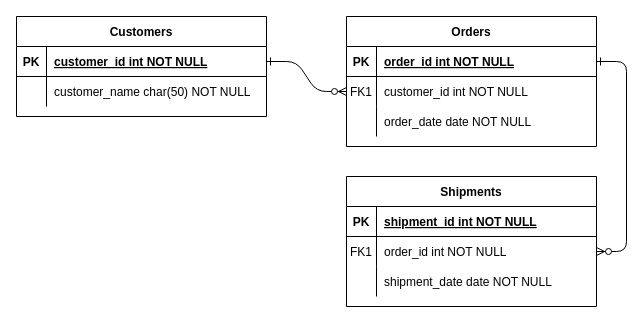
This is Untitled Diagram.drawio from Shrey-2019/ER-Diagrams, a draw.io file, before an edit. Source tidied: cells renumbered, new cells numbered last; positions are measured from the earlier drawing's top-left corner, leaving out a move shared by most shapes. Both pictures are drawn from the tidied source at 100%, with x=0, y=0 at pixel (16, 16).
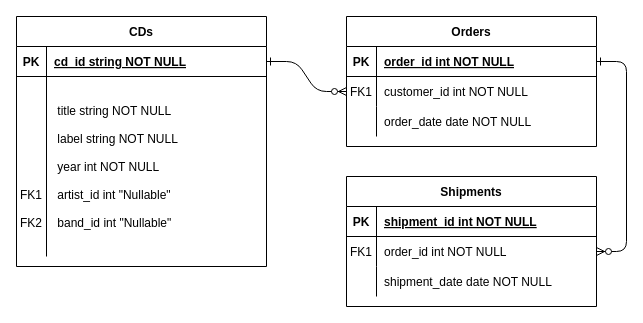
The same page after the edit.

Unchanged cells that the change refers to:
```xml
<mxCell id="25" style="shape=partialRectangle;fillColor=none;points=[[0,0.5],[1,0.5]];portConstraint=eastwest;top=0;left=0;right=0;bottom=1;" parent="24" vertex="1">
  <mxGeometry y="30" width="250" height="30" as="geometry" />
</mxCell>
```

What changed in the source:
```diff
@@
-    <mxCell id="24" value="Customers" style="shape=table;startSize=30;childLayout=tableLayout;rowLines=0;fontStyle=1;align=center;" parent="1" vertex="1">
-      <mxGeometry width="250" height="100" as="geometry" />
+    <mxCell id="24" value="CDs" style="shape=table;startSize=30;childLayout=tableLayout;rowLines=0;fontStyle=1;align=center;" parent="1" vertex="1">
+      <mxGeometry width="250" height="250" as="geometry" />
     </mxCell>
@@
-    <mxCell id="27" value="customer_id int NOT NULL " style="shape=partialRectangle;overflow=hidden;fillColor=none;top=0;left=0;bottom=0;right=0;align=left;spacingLeft=6;fontStyle=5;" parent="25" vertex="1">
+    <mxCell id="27" value="cd_id string NOT NULL " style="shape=partialRectangle;overflow=hidden;fillColor=none;top=0;left=0;bottom=0;right=0;align=left;spacingLeft=6;fontStyle=5;" parent="25" vertex="1">
       <mxGeometry x="30" width="220" height="30" as="geometry" />
     </mxCell>
     <mxCell id="28" style="shape=partialRectangle;fillColor=none;top=0;left=0;right=0;bottom=0;" parent="24" vertex="1">
-      <mxGeometry y="60" width="250" height="30" as="geometry" />
+      <mxGeometry y="60" width="250" height="180" as="geometry" />
     </mxCell>
-    <mxCell id="29" style="shape=partialRectangle;overflow=hidden;fillColor=none;top=0;left=0;bottom=0;right=0;" parent="28" vertex="1">
-      <mxGeometry width="30" height="30" as="geometry" />
+    <mxCell id="29" value="&#10;&#10;&#10;&#10;&#10;&#10;FK1&#10;&#10;FK2" style="shape=partialRectangle;overflow=hidden;fillColor=none;top=0;left=0;bottom=0;right=0;" parent="28" vertex="1">
+      <mxGeometry width="30" height="180" as="geometry" />
     </mxCell>
-    <mxCell id="30" value="customer_name char(50) NOT NULL" style="shape=partialRectangle;overflow=hidden;fillColor=none;top=0;left=0;bottom=0;right=0;align=left;spacingLeft=6;" parent="28" vertex="1">
-      <mxGeometry x="30" width="220" height="30" as="geometry" />
+    <mxCell id="30" value=" title string NOT NULL&#10;&#10; label string NOT NULL&#10;&#10; year int NOT NULL&#10;&#10; artist_id int &quot;Nullable&quot;&#10;&#10; band_id int &quot;Nullable&quot;" style="shape=partialRectangle;overflow=hidden;fillColor=none;top=0;left=0;bottom=0;right=0;align=left;spacingLeft=6;" parent="28" vertex="1">
+      <mxGeometry x="30" width="220" height="180" as="geometry" />
     </mxCell>
```
